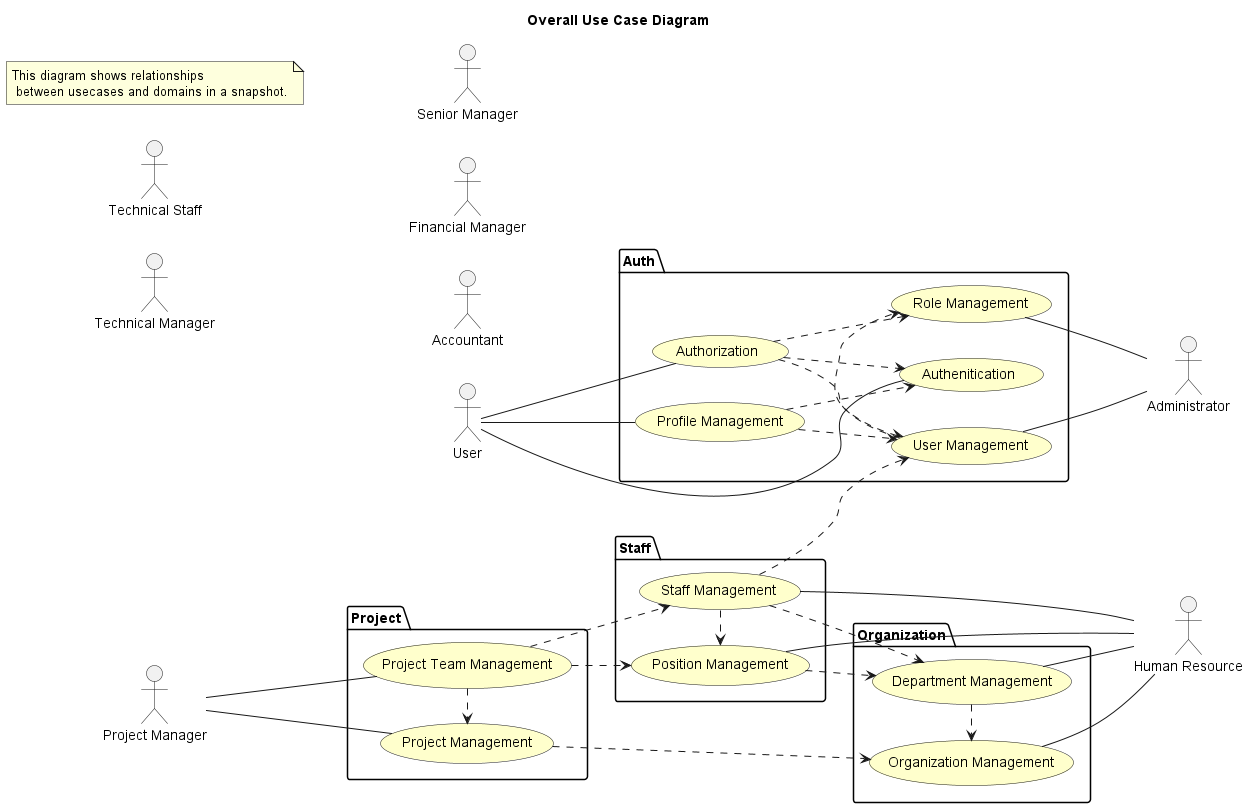
The PlantUML diagram HorizonUml/out/UseCase/Use Case/Overall/OverallUseCaseDiagram.png in mahyaresteki/Horizon, before a commit.
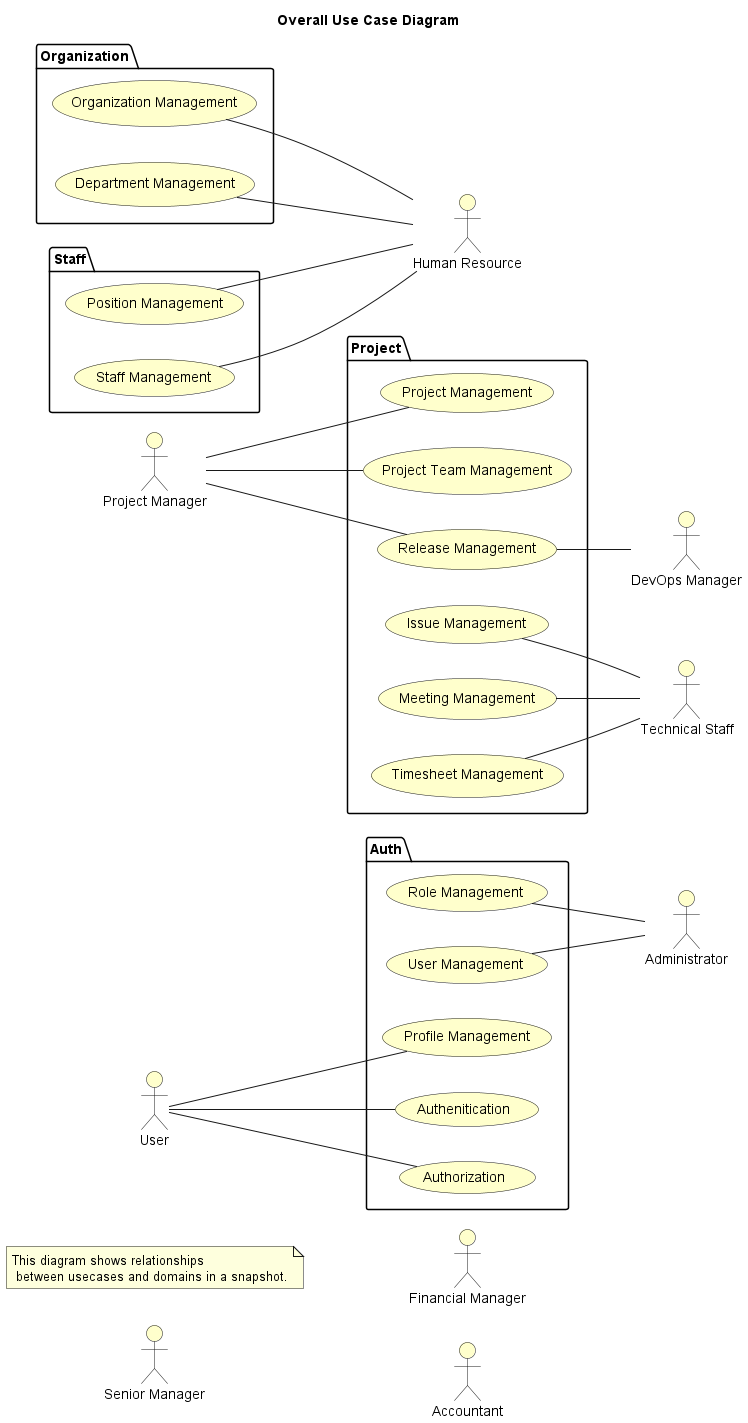
The same diagram one commit later.

The edit, as a diff of the source:
```diff
@@ -2,20 +2,21 @@
 left to right direction
 
 skinparam useCaseBackgroundColor #Business
+skinparam actorBackgroundColor #Business
 
 title Overall Use Case Diagram
 
 note "This diagram shows relationships \n between usecases and domains in a snapshot." as a
 
 :User: as User
-:Technical Staff: as TechnicalStaff
-:Technical Manager: as TechnicalManager
 :Senior Manager: as SeniorManager
 :Project Manager: as PMO
 :Financial Manager: as Fmanager
 :Administrator: as Admin
 :Human Resource: as HR
 :Accountant: as Accountant
+:Technical Staff: as TechnicalStaff
+:DevOps Manager: as DevOpsManager
 
 package "Auth"{
     usecase "Role Management" as roleManagement
@@ -38,14 +39,11 @@
 package "Project"{
     usecase "Project Management" as projectManagement
     usecase "Project Team Management" as projectTeamManagement
+    usecase "Release Management" as releaseManagement
+    usecase "Issue Management" as issueManagement
+    usecase "Meeting Management" as meetingManagement
+    usecase "Timesheet Management" as timesheetManagement
 }
-
-userManagement .> roleManagement
-authorization ..>  roleManagement
-authorization ..> authentication
-authorization ..> userManagement
-profileManagement ..> userManagement
-profileManagement ..> authentication
 
 User -- authentication
 User -- authorization
@@ -58,15 +56,12 @@
 organizationManagement -- HR
 PMO -- projectManagement
 PMO -- projectTeamManagement
+PMO -- releaseManagement
 
-staffManagement ..> userManagement
-staffManagement .> positionManagement
-staffManagement ..> departmentManagement
-positionManagement ..> departmentManagement
-departmentManagement .> organizationManagement
-projectManagement ..> organizationManagement
-projectTeamManagement .> projectManagement
-projectTeamManagement ..> positionManagement
-projectTeamManagement ..> staffManagement
+releaseManagement -- DevOpsManager
+issueManagement -- TechnicalStaff
+meetingManagement -- TechnicalStaff
+timesheetManagement -- TechnicalStaff
+
 
 @enduml
```
